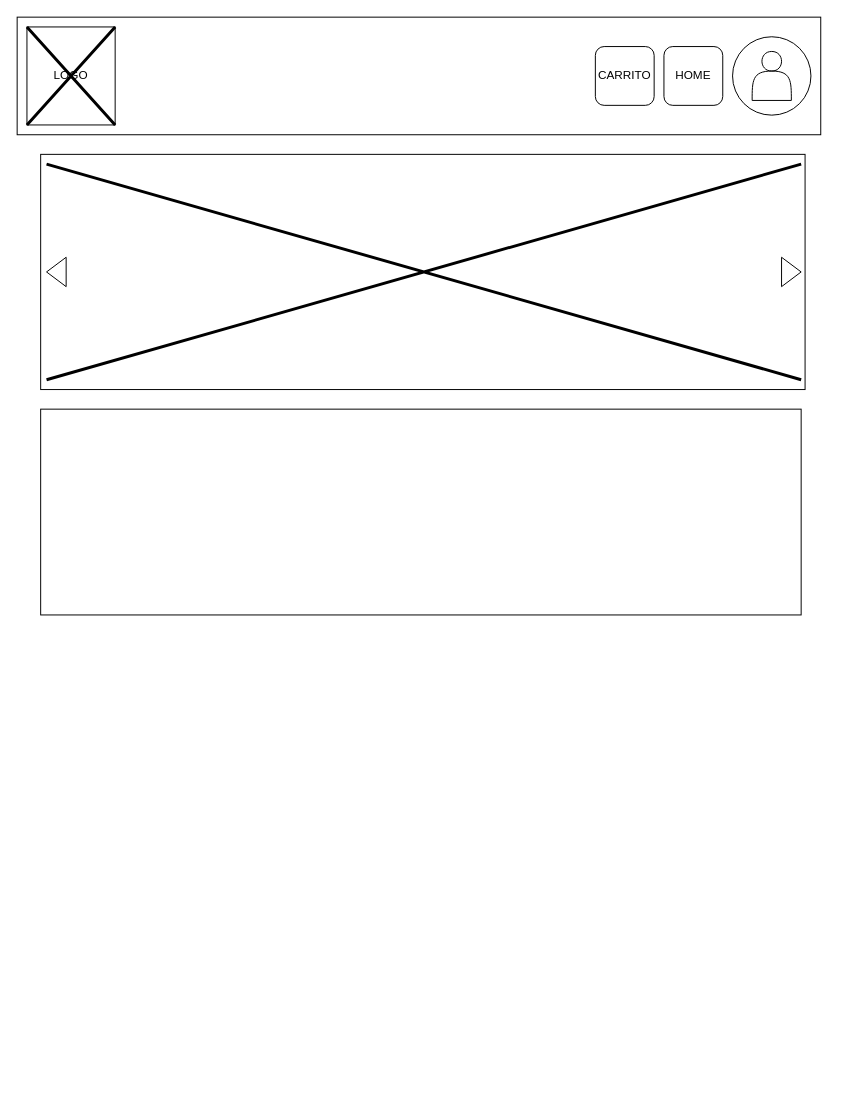
Before: Diagrama sin título.drawio in BlackLotus-Arg/ajedrez, a draw.io diagram. Source tidied: cells renumbered, new cells numbered last; positions are measured from the earlier drawing's top-left corner, leaving out a move shared by most shapes. Both pictures are drawn from the tidied source at 98%, with x=0, y=0 at pixel (17, 17).
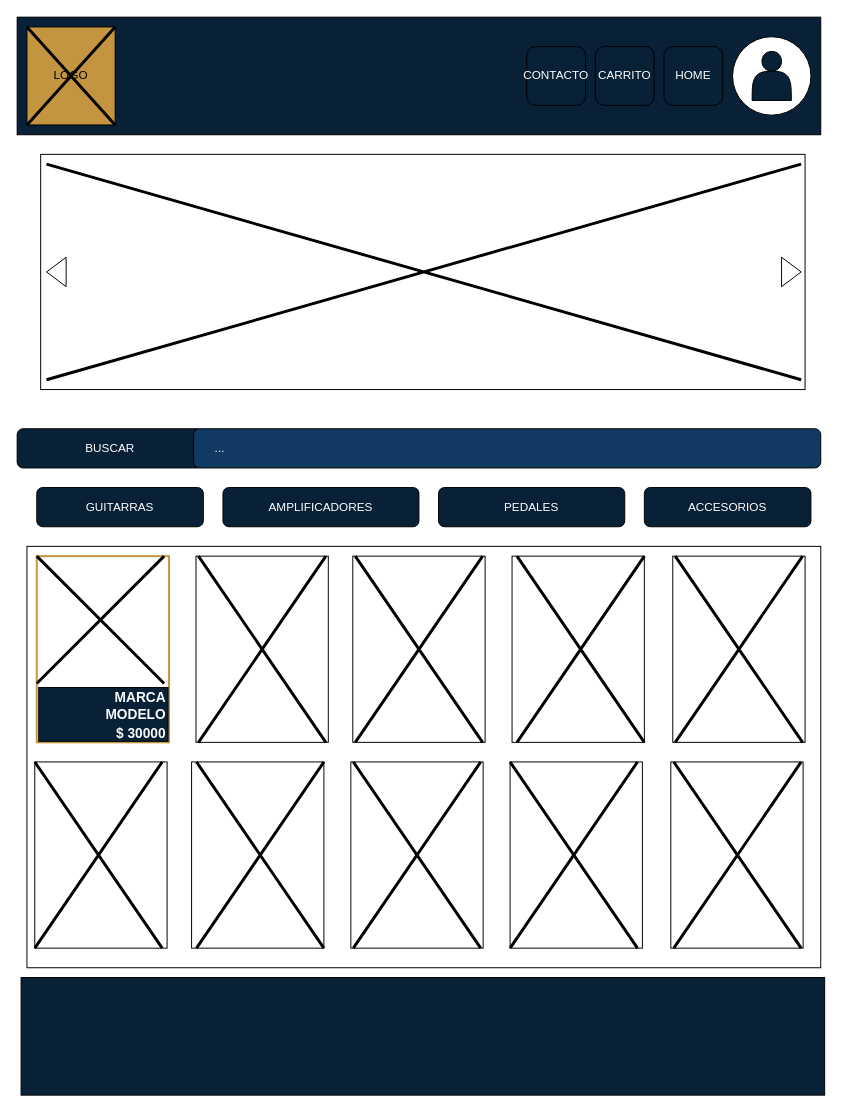
The same diagram, later.

Change to the diagram source:
```diff
@@
+    <mxCell id="14" style="rounded=0;whiteSpace=wrap;html=1;" parent="1" vertex="1">
+      <mxGeometry x="10" y="540" width="810" height="430" as="geometry" />
+    </mxCell>
+    <mxCell id="15" style="rounded=0;whiteSpace=wrap;html=1;" parent="1" vertex="1">
+      <mxGeometry x="182.5" y="550" width="135" height="190" as="geometry" />
+    </mxCell>
-    <mxCell id="2" style="rounded=0;whiteSpace=wrap;html=1;" parent="1" vertex="1">
+    <mxCell id="2" style="rounded=0;whiteSpace=wrap;html=1;fillColor=#092137;" parent="1" vertex="1">
       <mxGeometry width="820" height="120" as="geometry" />
     </mxCell>
-    <mxCell id="3" value="HOME" style="rounded=1;whiteSpace=wrap;html=1;" parent="1" vertex="1">
+    <mxCell id="3" value="HOME" style="rounded=1;whiteSpace=wrap;html=1;fontColor=#FFFFFF;fillColor=#092137;" parent="1" vertex="1">
       <mxGeometry x="660" y="30" width="60" height="60" as="geometry" />
     </mxCell>
-    <mxCell id="4" value="CARRITO" style="rounded=1;whiteSpace=wrap;html=1;" parent="1" vertex="1">
+    <mxCell id="4" value="CARRITO" style="rounded=1;whiteSpace=wrap;html=1;fillColor=#092137;fontColor=#ffffff;" parent="1" vertex="1">
       <mxGeometry x="590" y="30" width="60" height="60" as="geometry" />
     </mxCell>
@@
-    <mxCell id="6" style="shape=actor;whiteSpace=wrap;html=1;" parent="1" vertex="1">
+    <mxCell id="6" style="shape=actor;whiteSpace=wrap;html=1;fillColor=#092137;" parent="1" vertex="1">
       <mxGeometry x="750" y="35" width="40" height="50" as="geometry" />
     </mxCell>
-    <mxCell id="7" value="LOGO" style="rounded=0;whiteSpace=wrap;html=1;" parent="1" vertex="1">
+    <mxCell id="7" value="LOGO" style="rounded=0;whiteSpace=wrap;html=1;fillColor=#C49541;" parent="1" vertex="1">
       <mxGeometry x="10" y="10" width="90" height="100" as="geometry" />
     </mxCell>
@@
-    <mxCell id="13" style="rounded=0;whiteSpace=wrap;html=1;" parent="1" vertex="1">
-      <mxGeometry x="24" y="400" width="776" height="210" as="geometry" />
-    </mxCell>
+    <mxCell id="16" style="rounded=0;whiteSpace=wrap;html=1;strokeColor=#c49541;fillColor=none;gradientColor=none;strokeWidth=2;" parent="1" vertex="1">
+      <mxGeometry x="20" y="550" width="135" height="190" as="geometry" />
+    </mxCell>
+    <mxCell id="17" value="BUSCAR" style="rounded=1;whiteSpace=wrap;html=1;fillColor=#092137;fontColor=#ffffff;" parent="1" vertex="1">
+      <mxGeometry y="420" width="190" height="40" as="geometry" />
+    </mxCell>
+    <mxCell id="18" value="&amp;nbsp; &amp;nbsp; &amp;nbsp; ..." style="rounded=1;whiteSpace=wrap;html=1;fillColor=#113A62;fontColor=#FCFFFF;align=left;" parent="1" vertex="1">
+      <mxGeometry x="180" y="420" width="640" height="40" as="geometry" />
+    </mxCell>
+    <mxCell id="19" value="GUITARRAS" style="rounded=1;whiteSpace=wrap;html=1;fillColor=#092137;fontColor=#ffffff;" parent="1" vertex="1">
+      <mxGeometry x="20" y="480" width="170" height="40" as="geometry" />
+    </mxCell>
+    <mxCell id="20" value="AMPLIFICADORES" style="rounded=1;whiteSpace=wrap;html=1;fillColor=#092137;fontColor=#ffffff;" parent="1" vertex="1">
+      <mxGeometry x="210" y="480" width="200" height="40" as="geometry" />
+    </mxCell>
+    <mxCell id="21" value="PEDALES" style="rounded=1;whiteSpace=wrap;html=1;fillColor=#092137;fontColor=#ffffff;" parent="1" vertex="1">
+      <mxGeometry x="430" y="480" width="190" height="40" as="geometry" />
+    </mxCell>
+    <mxCell id="22" value="ACCESORIOS" style="rounded=1;whiteSpace=wrap;html=1;fillColor=#092137;fontColor=#ffffff;" parent="1" vertex="1">
+      <mxGeometry x="640" y="480" width="170" height="40" as="geometry" />
+    </mxCell>
+    <mxCell id="23" style="rounded=0;whiteSpace=wrap;html=1;" parent="1" vertex="1">
+      <mxGeometry x="342.5" y="550" width="135" height="190" as="geometry" />
+    </mxCell>
+    <mxCell id="24" style="rounded=0;whiteSpace=wrap;html=1;" parent="1" vertex="1">
+      <mxGeometry x="505" y="550" width="135" height="190" as="geometry" />
+    </mxCell>
+    <mxCell id="25" style="rounded=0;whiteSpace=wrap;html=1;" parent="1" vertex="1">
+      <mxGeometry x="669" y="550" width="135" height="190" as="geometry" />
+    </mxCell>
+    <mxCell id="26" style="rounded=0;whiteSpace=wrap;html=1;" parent="1" vertex="1">
+      <mxGeometry x="18" y="760" width="135" height="190" as="geometry" />
+    </mxCell>
+    <mxCell id="27" style="rounded=0;whiteSpace=wrap;html=1;" parent="1" vertex="1">
+      <mxGeometry x="178" y="760" width="135" height="190" as="geometry" />
+    </mxCell>
+    <mxCell id="28" style="rounded=0;whiteSpace=wrap;html=1;" parent="1" vertex="1">
+      <mxGeometry x="340.5" y="760" width="135" height="190" as="geometry" />
+    </mxCell>
+    <mxCell id="29" style="rounded=0;whiteSpace=wrap;html=1;" parent="1" vertex="1">
+      <mxGeometry x="503" y="760" width="135" height="190" as="geometry" />
+    </mxCell>
+    <mxCell id="30" style="rounded=0;whiteSpace=wrap;html=1;" parent="1" vertex="1">
+      <mxGeometry x="667" y="760" width="135" height="190" as="geometry" />
+    </mxCell>
+    <mxCell id="31" value="CONTACTO&lt;br&gt;" style="rounded=1;whiteSpace=wrap;html=1;fillColor=#092137;fontColor=#ffffff;" parent="1" vertex="1">
+      <mxGeometry x="520" y="30" width="60" height="60" as="geometry" />
+    </mxCell>
+    <mxCell id="32" style="shape=umlDestroy;whiteSpace=wrap;html=1;strokeWidth=3;targetShapes=umlLifeline;" parent="1" vertex="1">
+      <mxGeometry x="20" y="550" width="130" height="130" as="geometry" />
+    </mxCell>
+    <mxCell id="33" style="shape=umlDestroy;whiteSpace=wrap;html=1;strokeWidth=3;targetShapes=umlLifeline;" parent="1" vertex="1">
+      <mxGeometry x="185" y="550" width="130" height="190" as="geometry" />
+    </mxCell>
+    <mxCell id="34" style="shape=umlDestroy;whiteSpace=wrap;html=1;strokeWidth=3;targetShapes=umlLifeline;" parent="1" vertex="1">
+      <mxGeometry x="345" y="550" width="130" height="190" as="geometry" />
+    </mxCell>
+    <mxCell id="35" style="shape=umlDestroy;whiteSpace=wrap;html=1;strokeWidth=3;targetShapes=umlLifeline;" parent="1" vertex="1">
+      <mxGeometry x="510" y="550" width="130" height="190" as="geometry" />
+    </mxCell>
+    <mxCell id="36" style="shape=umlDestroy;whiteSpace=wrap;html=1;strokeWidth=3;targetShapes=umlLifeline;" parent="1" vertex="1">
+      <mxGeometry x="18" y="760" width="130" height="190" as="geometry" />
+    </mxCell>
+    <mxCell id="37" style="shape=umlDestroy;whiteSpace=wrap;html=1;strokeWidth=3;targetShapes=umlLifeline;" parent="1" vertex="1">
+      <mxGeometry x="183" y="760" width="130" height="190" as="geometry" />
+    </mxCell>
+    <mxCell id="38" style="shape=umlDestroy;whiteSpace=wrap;html=1;strokeWidth=3;targetShapes=umlLifeline;" parent="1" vertex="1">
+      <mxGeometry x="503" y="760" width="130" height="190" as="geometry" />
+    </mxCell>
+    <mxCell id="39" style="shape=umlDestroy;whiteSpace=wrap;html=1;strokeWidth=3;targetShapes=umlLifeline;" parent="1" vertex="1">
+      <mxGeometry x="343" y="760" width="130" height="190" as="geometry" />
+    </mxCell>
+    <mxCell id="40" style="shape=umlDestroy;whiteSpace=wrap;html=1;strokeWidth=3;targetShapes=umlLifeline;" parent="1" vertex="1">
+      <mxGeometry x="671.5" y="550" width="130" height="190" as="geometry" />
+    </mxCell>
+    <mxCell id="41" style="shape=umlDestroy;whiteSpace=wrap;html=1;strokeWidth=3;targetShapes=umlLifeline;" parent="1" vertex="1">
+      <mxGeometry x="670" y="760" width="130" height="190" as="geometry" />
+    </mxCell>
+    <mxCell id="42" value="&lt;font style=&quot;font-size: 14px;&quot;&gt;&lt;b style=&quot;&quot;&gt;MARCA&lt;br&gt;&lt;div style=&quot;&quot;&gt;&lt;b style=&quot;background-color: initial;&quot;&gt;MODELO&lt;/b&gt;&lt;/div&gt;$ 30000&lt;/b&gt;&lt;/font&gt;" style="rounded=0;whiteSpace=wrap;html=1;fontSize=17;align=right;fillColor=#092137;fontColor=#FAFAFA;" parent="1" vertex="1">
+      <mxGeometry x="22" y="684" width="132" height="55" as="geometry" />
+    </mxCell>
+    <mxCell id="43" style="rounded=0;whiteSpace=wrap;html=1;fillColor=#092137;" parent="1" vertex="1">
+      <mxGeometry x="4" y="980" width="820" height="120" as="geometry" />
+    </mxCell>
```
